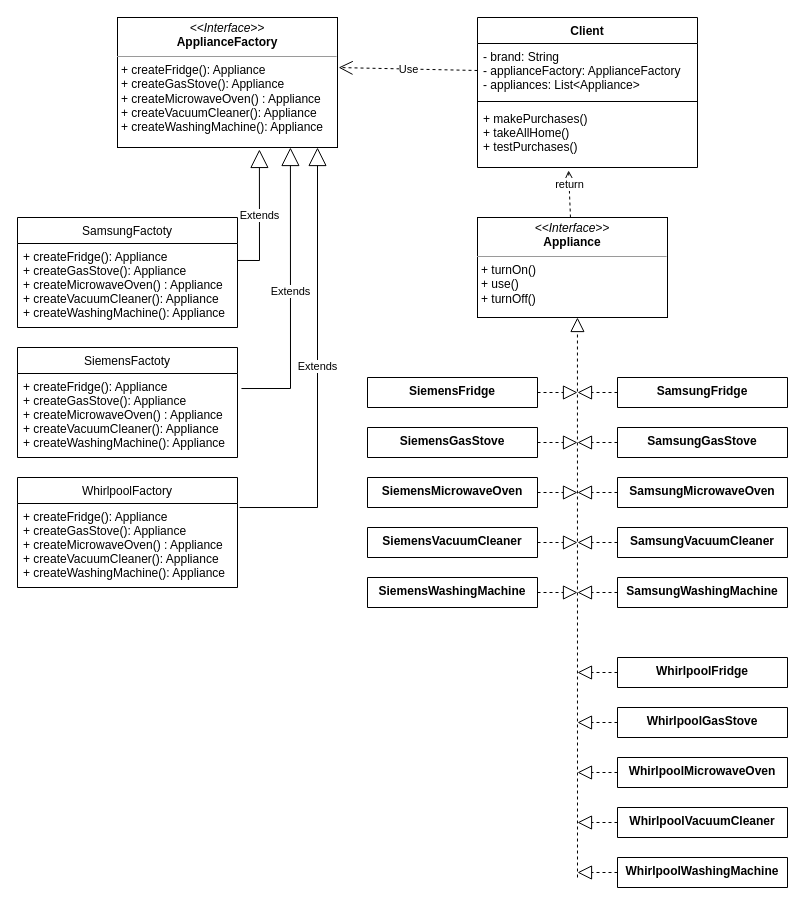
Above: src/creation/abstract_factory/abstract_factory.drawio in SichniyAndriy/Avada_Task-5_Patterns (draw.io), before the change. Source tidied: cells renumbered, new cells numbered last; positions are measured from the earlier drawing's top-left corner, leaving out a move shared by most shapes. Both pictures are drawn from the tidied source at 100%, with x=0, y=0 at pixel (17, 17).
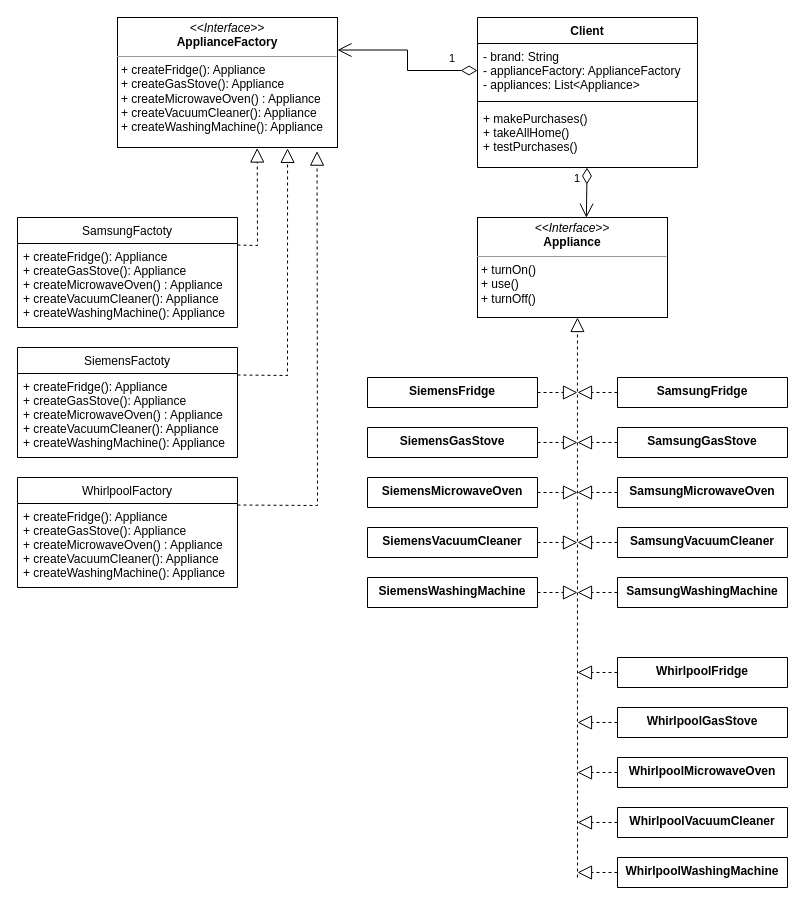
After the change.

Commit message:
fix in Abstract factory diagram

Unchanged cells that the change refers to:
```xml
<mxCell id="2" value="&lt;p style=&quot;margin:0px;margin-top:4px;text-align:center;&quot;&gt;&lt;i&gt;&amp;lt;&amp;lt;Interface&amp;gt;&amp;gt;&lt;/i&gt;&lt;br&gt;&lt;b&gt;Appliance&lt;/b&gt;&lt;/p&gt;&lt;hr size=&quot;1&quot;&gt;&lt;p style=&quot;margin:0px;margin-left:4px;&quot;&gt;+ turnOn()&lt;br&gt;+ use()&lt;/p&gt;&lt;p style=&quot;margin:0px;margin-left:4px;&quot;&gt;+ turnOff()&lt;/p&gt;" style="verticalAlign=top;align=left;overflow=fill;fontSize=12;fontFamily=Helvetica;html=1;" parent="1" vertex="1">
  <mxGeometry x="460" y="200" width="190" height="100" as="geometry" />
</mxCell>
<mxCell id="4" value="- brand: String&#10;- applianceFactory: ApplianceFactory&#10;- appliances: List&lt;Appliance&gt;" style="text;strokeColor=none;fillColor=none;align=left;verticalAlign=top;spacingLeft=4;spacingRight=4;overflow=hidden;points=[[0,0.5],[1,0.5]];portConstraint=eastwest;" parent="3" vertex="1">
  <mxGeometry y="26" width="220" height="54" as="geometry" />
</mxCell>
<mxCell id="6" value="+ makePurchases()&#10;+ takeAllHome()&#10;+ testPurchases()" style="text;strokeColor=none;fillColor=none;align=left;verticalAlign=top;spacingLeft=4;spacingRight=4;overflow=hidden;points=[[0,0.5],[1,0.5]];portConstraint=eastwest;" parent="3" vertex="1">
  <mxGeometry y="88" width="220" height="62" as="geometry" />
</mxCell>
<mxCell id="7" value="&lt;p style=&quot;margin:0px;margin-top:4px;text-align:center;&quot;&gt;&lt;i&gt;&amp;lt;&amp;lt;Interface&amp;gt;&amp;gt;&lt;/i&gt;&lt;br&gt;&lt;b&gt;ApplianceFactory&lt;/b&gt;&lt;/p&gt;&lt;hr size=&quot;1&quot;&gt;&lt;p style=&quot;margin:0px;margin-left:4px;&quot;&gt;+ createFridge(): Appliance&lt;br&gt;+ createGasStove(): Appliance&lt;/p&gt;&lt;p style=&quot;margin:0px;margin-left:4px;&quot;&gt;+ createMicrowaveOven() : Appliance&lt;/p&gt;&lt;p style=&quot;margin:0px;margin-left:4px;&quot;&gt;+ createVacuumCleaner(): Appliance&lt;/p&gt;&lt;p style=&quot;margin:0px;margin-left:4px;&quot;&gt;+ createWashingMachine(): Appliance&lt;/p&gt;" style="verticalAlign=top;align=left;overflow=fill;fontSize=12;fontFamily=Helvetica;html=1;" parent="1" vertex="1">
  <mxGeometry x="100" width="220" height="130" as="geometry" />
</mxCell>
<mxCell id="10" value="SamsungFactoty" style="swimlane;fontStyle=0;horizontal=1;startSize=26;fillColor=none;" parent="1" vertex="1">
  <mxGeometry y="200" width="220" height="110" as="geometry" />
</mxCell>
<mxCell id="11" value="+ createFridge(): Appliance&#10;+ createGasStove(): Appliance&#10;+ createMicrowaveOven() : Appliance&#10;+ createVacuumCleaner(): Appliance&#10;+ createWashingMachine(): Appliance" style="text;strokeColor=none;fillColor=none;align=left;verticalAlign=top;spacingLeft=4;spacingRight=4;overflow=hidden;points=[[0,0.5],[1,0.5]];portConstraint=eastwest;" parent="10" vertex="1">
  <mxGeometry y="26" width="220" height="84" as="geometry" />
</mxCell>
<mxCell id="13" value="SiemensFactoty" style="swimlane;fontStyle=0;horizontal=1;startSize=26;fillColor=none;" parent="1" vertex="1">
  <mxGeometry y="330" width="220" height="110" as="geometry" />
</mxCell>
<mxCell id="14" value="+ createFridge(): Appliance&#10;+ createGasStove(): Appliance&#10;+ createMicrowaveOven() : Appliance&#10;+ createVacuumCleaner(): Appliance&#10;+ createWashingMachine(): Appliance" style="text;strokeColor=none;fillColor=none;align=left;verticalAlign=top;spacingLeft=4;spacingRight=4;overflow=hidden;points=[[0,0.5],[1,0.5]];portConstraint=eastwest;" parent="13" vertex="1">
  <mxGeometry y="26" width="220" height="84" as="geometry" />
</mxCell>
<mxCell id="15" value="WhirlpoolFactory" style="swimlane;fontStyle=0;horizontal=1;startSize=26;fillColor=none;" parent="1" vertex="1">
  <mxGeometry y="460" width="220" height="110" as="geometry" />
</mxCell>
<mxCell id="16" value="+ createFridge(): Appliance&#10;+ createGasStove(): Appliance&#10;+ createMicrowaveOven() : Appliance&#10;+ createVacuumCleaner(): Appliance&#10;+ createWashingMachine(): Appliance" style="text;strokeColor=none;fillColor=none;align=left;verticalAlign=top;spacingLeft=4;spacingRight=4;overflow=hidden;points=[[0,0.5],[1,0.5]];portConstraint=eastwest;" parent="15" vertex="1">
  <mxGeometry y="26" width="220" height="84" as="geometry" />
</mxCell>
```

Change to the diagram source:
```diff
@@
-    <mxCell id="8" value="return" style="html=1;verticalAlign=bottom;endArrow=open;dashed=1;endSize=8;rounded=0;entryX=0.414;entryY=1.048;entryDx=0;entryDy=0;entryPerimeter=0;" parent="1" edge="1" source="2" target="6">
-      <mxGeometry relative="1" as="geometry" />
-    </mxCell>
-    <mxCell id="9" value="Use" style="endArrow=open;endSize=12;dashed=1;html=1;rounded=0;exitX=0;exitY=0.5;exitDx=0;exitDy=0;entryX=1.005;entryY=0.385;entryDx=0;entryDy=0;entryPerimeter=0;" parent="1" edge="1" source="4" target="7">
-      <mxGeometry relative="1" as="geometry" />
-    </mxCell>
@@
-    <mxCell id="12" value="Extends" style="endArrow=block;endSize=16;endFill=0;html=1;rounded=0;entryX=0.645;entryY=1.015;entryDx=0;entryDy=0;exitX=1;exitY=0.202;exitDx=0;exitDy=0;exitPerimeter=0;entryPerimeter=0;" parent="1" edge="1" source="11" target="7">
-      <mxGeometry relative="1" as="geometry">
-        <Array as="points">
-          <mxPoint x="242" y="243" />
-        </Array>
-      </mxGeometry>
-    </mxCell>
@@
-    <mxCell id="17" value="Extends" style="endArrow=block;endSize=16;endFill=0;html=1;rounded=0;entryX=0.786;entryY=1;entryDx=0;entryDy=0;exitX=1.018;exitY=0.179;exitDx=0;exitDy=0;exitPerimeter=0;entryPerimeter=0;" parent="1" edge="1" source="14" target="7">
-      <mxGeometry x="0.01" relative="1" as="geometry">
-        <Array as="points">
-          <mxPoint x="273" y="371" />
-        </Array>
-      </mxGeometry>
-    </mxCell>
-    <mxCell id="18" value="Extends" style="endArrow=block;endSize=16;endFill=0;html=1;rounded=0;exitX=1.009;exitY=0.048;exitDx=0;exitDy=0;exitPerimeter=0;" parent="1" edge="1" source="16">
-      <mxGeometry relative="1" as="geometry">
-        <mxPoint x="300" y="130" as="targetPoint" />
-        <Array as="points">
-          <mxPoint x="300" y="490" />
-        </Array>
-      </mxGeometry>
-    </mxCell>
@@
+    <mxCell id="9" value="1" style="endArrow=open;html=1;endSize=12;startArrow=diamondThin;startSize=14;startFill=0;edgeStyle=orthogonalEdgeStyle;align=left;verticalAlign=bottom;rounded=0;exitX=0;exitY=0.5;exitDx=0;exitDy=0;entryX=1;entryY=0.25;entryDx=0;entryDy=0;" parent="1" edge="1" source="4" target="7">
+      <mxGeometry x="-0.63" y="-3" relative="1" as="geometry" />
+    </mxCell>
+    <mxCell id="50" value="1" style="endArrow=open;html=1;endSize=12;startArrow=diamondThin;startSize=14;startFill=0;align=left;verticalAlign=bottom;rounded=0;entryX=0.573;entryY=0.002;entryDx=0;entryDy=0;entryPerimeter=0;" parent="1" edge="1" source="6" target="2">
+      <mxGeometry x="-0.2" y="-14" relative="1" as="geometry" />
+    </mxCell>
+    <mxCell id="51" style="endArrow=block;dashed=1;endFill=0;endSize=12;html=1;rounded=0;exitX=1;exitY=0.25;exitDx=0;exitDy=0;entryX=0.635;entryY=1.004;entryDx=0;entryDy=0;entryPerimeter=0;" parent="1" edge="1" source="10" target="7">
+      <mxGeometry relative="1" as="geometry">
+        <Array as="points">
+          <mxPoint x="240" y="228" />
+        </Array>
+      </mxGeometry>
+    </mxCell>
+    <mxCell id="52" style="endArrow=block;dashed=1;endFill=0;endSize=12;html=1;rounded=0;exitX=1;exitY=0.25;exitDx=0;exitDy=0;entryX=0.773;entryY=1.007;entryDx=0;entryDy=0;entryPerimeter=0;" parent="1" edge="1" source="13" target="7">
+      <mxGeometry relative="1" as="geometry">
+        <Array as="points">
+          <mxPoint x="270" y="358" />
+        </Array>
+      </mxGeometry>
+    </mxCell>
+    <mxCell id="53" style="endArrow=block;dashed=1;endFill=0;endSize=12;html=1;rounded=0;exitX=1;exitY=0.25;exitDx=0;exitDy=0;entryX=0.907;entryY=1.028;entryDx=0;entryDy=0;entryPerimeter=0;" parent="1" edge="1" source="15" target="7">
+      <mxGeometry relative="1" as="geometry">
+        <Array as="points">
+          <mxPoint x="300" y="488" />
+        </Array>
+      </mxGeometry>
+    </mxCell>
```
